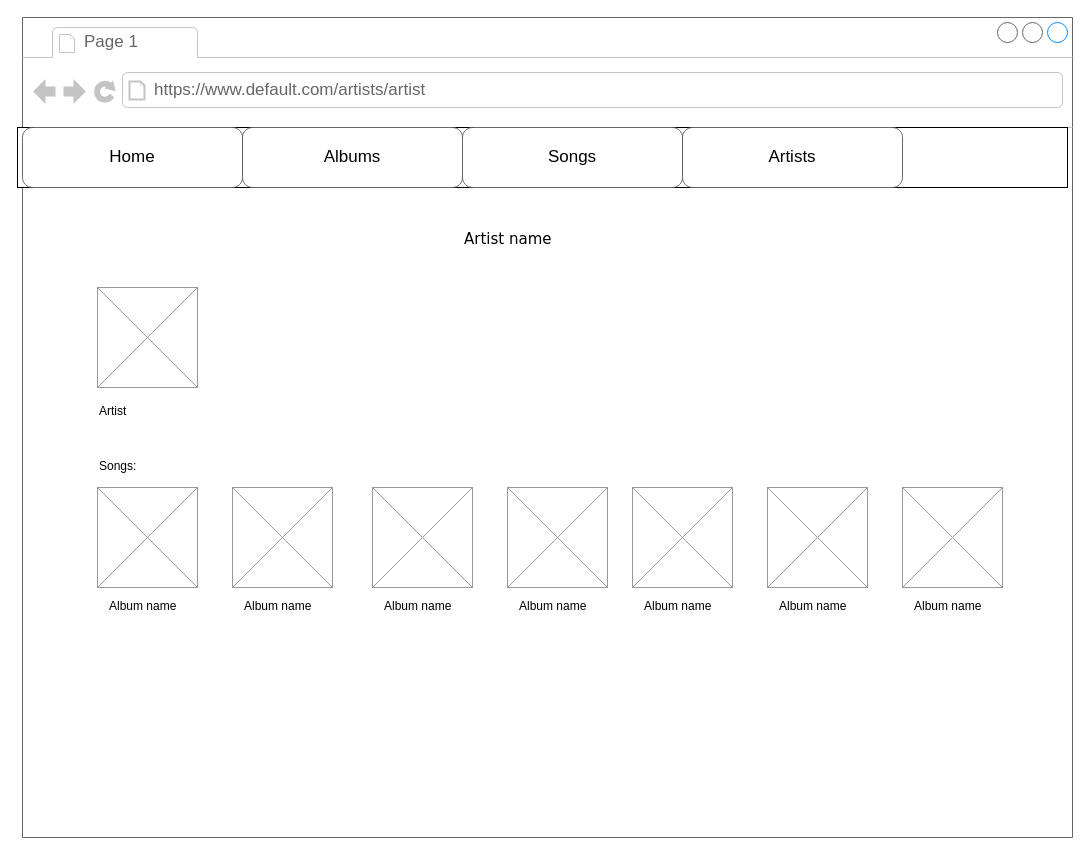
Earlier version of the draw.io diagram Documentation/wireframes/artist.drawio (LyonBerends/web-basics). Source tidied: cells renumbered, new cells numbered last; positions are measured from the earlier drawing's top-left corner, leaving out a move shared by most shapes. Both pictures are drawn from the tidied source at 100%, with x=0, y=0 at pixel (17, 17).
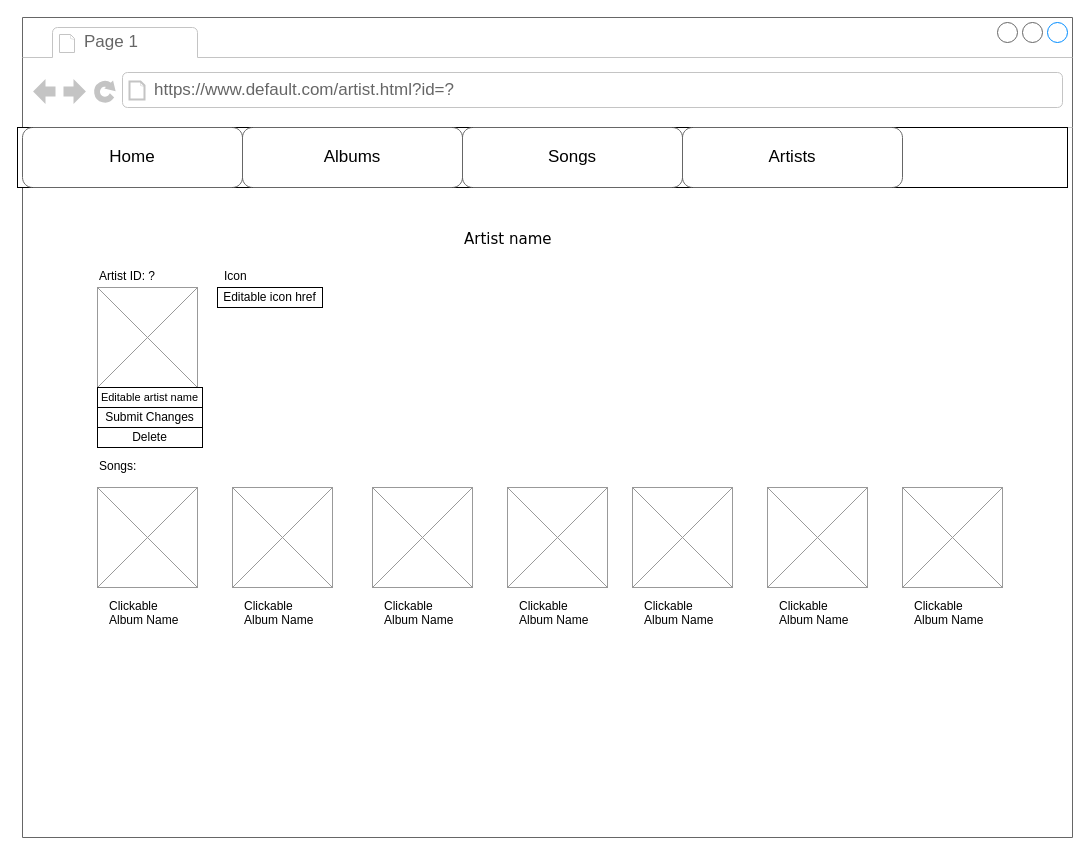
Above is the later version.

Unchanged cells that the change refers to:
```xml
<mxCell id="2" style="strokeWidth=1;shadow=0;dashed=0;align=center;html=1;shape=mxgraph.mockup.containers.browserWindow;rSize=0;strokeColor=#666666;mainText=,;rounded=0;labelBackgroundColor=none;fontFamily=Verdana;fontSize=12;" parent="1" vertex="1">
  <mxGeometry x="5" width="1050" height="820" as="geometry" />
</mxCell>
```

Diff of the diagram source:
```diff
@@
-    <mxCell id="4" value="&lt;div&gt;https://www.default.com/artists/artist&lt;/div&gt;" style="strokeWidth=1;shadow=0;dashed=0;align=center;html=1;shape=mxgraph.mockup.containers.anchor;rSize=0;fontSize=17;fontColor=#666666;align=left;" parent="2" vertex="1">
+    <mxCell id="4" value="&lt;div&gt;https://www.default.com/artist.html?id=?&lt;/div&gt;" style="strokeWidth=1;shadow=0;dashed=0;align=center;html=1;shape=mxgraph.mockup.containers.anchor;rSize=0;fontSize=17;fontColor=#666666;align=left;" parent="2" vertex="1">
       <mxGeometry x="130" y="60" width="250" height="26" as="geometry" />
     </mxCell>
@@
-    <mxCell id="12" value="Artist" style="text;spacingTop=-5;whiteSpace=wrap;html=1;align=left;fontSize=12;fontFamily=Helvetica;fillColor=none;strokeColor=none;" parent="2" vertex="1">
-      <mxGeometry x="75" y="385" width="80" height="20" as="geometry" />
-    </mxCell>
@@
-    <mxCell id="15" value="Album name" style="text;spacingTop=-5;whiteSpace=wrap;html=1;align=left;fontSize=12;fontFamily=Helvetica;fillColor=none;strokeColor=none;" parent="2" vertex="1">
+    <mxCell id="15" value="Clickable Album Name" style="text;spacingTop=-5;whiteSpace=wrap;html=1;align=left;fontSize=12;fontFamily=Helvetica;fillColor=none;strokeColor=none;" parent="2" vertex="1">
       <mxGeometry x="85" y="580" width="80" height="20" as="geometry" />
     </mxCell>
@@
-    <mxCell id="17" value="Album name" style="text;spacingTop=-5;whiteSpace=wrap;html=1;align=left;fontSize=12;fontFamily=Helvetica;fillColor=none;strokeColor=none;" parent="2" vertex="1">
+    <mxCell id="17" value="Clickable Album Name" style="text;spacingTop=-5;whiteSpace=wrap;html=1;align=left;fontSize=12;fontFamily=Helvetica;fillColor=none;strokeColor=none;" parent="2" vertex="1">
       <mxGeometry x="220" y="580" width="80" height="20" as="geometry" />
     </mxCell>
@@
-    <mxCell id="19" value="Album name" style="text;spacingTop=-5;whiteSpace=wrap;html=1;align=left;fontSize=12;fontFamily=Helvetica;fillColor=none;strokeColor=none;" parent="2" vertex="1">
+    <mxCell id="19" value="Clickable Album Name" style="text;spacingTop=-5;whiteSpace=wrap;html=1;align=left;fontSize=12;fontFamily=Helvetica;fillColor=none;strokeColor=none;" parent="2" vertex="1">
       <mxGeometry x="360" y="580" width="80" height="20" as="geometry" />
     </mxCell>
@@
-    <mxCell id="21" value="Album name" style="text;spacingTop=-5;whiteSpace=wrap;html=1;align=left;fontSize=12;fontFamily=Helvetica;fillColor=none;strokeColor=none;" parent="2" vertex="1">
+    <mxCell id="21" value="Clickable Album Name" style="text;spacingTop=-5;whiteSpace=wrap;html=1;align=left;fontSize=12;fontFamily=Helvetica;fillColor=none;strokeColor=none;" parent="2" vertex="1">
       <mxGeometry x="495" y="580" width="80" height="20" as="geometry" />
     </mxCell>
@@
-    <mxCell id="23" value="Album name" style="text;spacingTop=-5;whiteSpace=wrap;html=1;align=left;fontSize=12;fontFamily=Helvetica;fillColor=none;strokeColor=none;" parent="2" vertex="1">
+    <mxCell id="23" value="Clickable Album Name" style="text;spacingTop=-5;whiteSpace=wrap;html=1;align=left;fontSize=12;fontFamily=Helvetica;fillColor=none;strokeColor=none;" parent="2" vertex="1">
       <mxGeometry x="620" y="580" width="80" height="20" as="geometry" />
     </mxCell>
@@
-    <mxCell id="25" value="Album name" style="text;spacingTop=-5;whiteSpace=wrap;html=1;align=left;fontSize=12;fontFamily=Helvetica;fillColor=none;strokeColor=none;" parent="2" vertex="1">
+    <mxCell id="25" value="Clickable Album Name" style="text;spacingTop=-5;whiteSpace=wrap;html=1;align=left;fontSize=12;fontFamily=Helvetica;fillColor=none;strokeColor=none;" parent="2" vertex="1">
       <mxGeometry x="755" y="580" width="80" height="20" as="geometry" />
     </mxCell>
@@
-    <mxCell id="27" value="Album name" style="text;spacingTop=-5;whiteSpace=wrap;html=1;align=left;fontSize=12;fontFamily=Helvetica;fillColor=none;strokeColor=none;" parent="2" vertex="1">
+    <mxCell id="27" value="Clickable Album Name" style="text;spacingTop=-5;whiteSpace=wrap;html=1;align=left;fontSize=12;fontFamily=Helvetica;fillColor=none;strokeColor=none;" parent="2" vertex="1">
       <mxGeometry x="890" y="580" width="80" height="20" as="geometry" />
     </mxCell>
+    <mxCell id="28" value="Artist ID: ?" style="text;spacingTop=-5;whiteSpace=wrap;html=1;align=left;fontSize=12;fontFamily=Helvetica;fillColor=none;strokeColor=none;" parent="2" vertex="1">
+      <mxGeometry x="75" y="250" width="80" height="20" as="geometry" />
+    </mxCell>
+    <mxCell id="29" value="&lt;font style=&quot;font-size: 11px;&quot;&gt;Editable artist name&lt;br&gt;&lt;/font&gt;" style="rounded=0;whiteSpace=wrap;html=1;" parent="2" vertex="1">
+      <mxGeometry x="75" y="370" width="105" height="20" as="geometry" />
+    </mxCell>
+    <mxCell id="30" value="Delete" style="rounded=0;whiteSpace=wrap;html=1;" parent="2" vertex="1">
+      <mxGeometry x="75" y="410" width="105" height="20" as="geometry" />
+    </mxCell>
+    <mxCell id="31" value="Submit Changes" style="rounded=0;whiteSpace=wrap;html=1;" parent="2" vertex="1">
+      <mxGeometry x="75" y="390" width="105" height="20" as="geometry" />
+    </mxCell>
+    <mxCell id="32" value="Icon" style="text;spacingTop=-5;whiteSpace=wrap;html=1;align=left;fontSize=12;fontFamily=Helvetica;fillColor=none;strokeColor=none;" parent="2" vertex="1">
+      <mxGeometry x="200" y="250" width="80" height="20" as="geometry" />
+    </mxCell>
+    <mxCell id="33" value="Editable icon href" style="rounded=0;whiteSpace=wrap;html=1;" parent="2" vertex="1">
+      <mxGeometry x="195" y="270" width="105" height="20" as="geometry" />
+    </mxCell>
```
